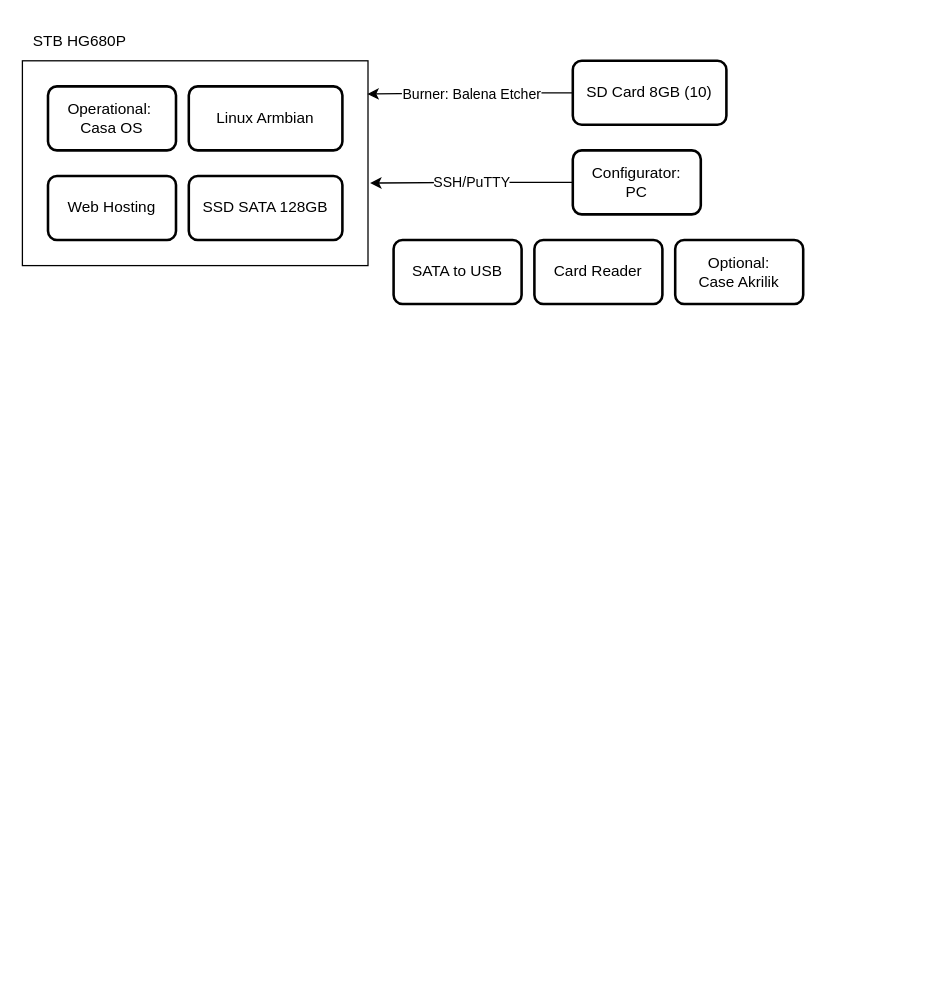
troders34/research keeps this draw.io diagram as page "Orange Pi" (5 of 5) of Chart on Search Query.drawio. Above is the earlier version. Source tidied: cells renumbered, new cells numbered last; positions are measured from the earlier drawing's top-left corner, leaving out a move shared by most shapes. Both pictures are drawn from the tidied source at 128%, with x=0, y=0 at pixel (22, 22).
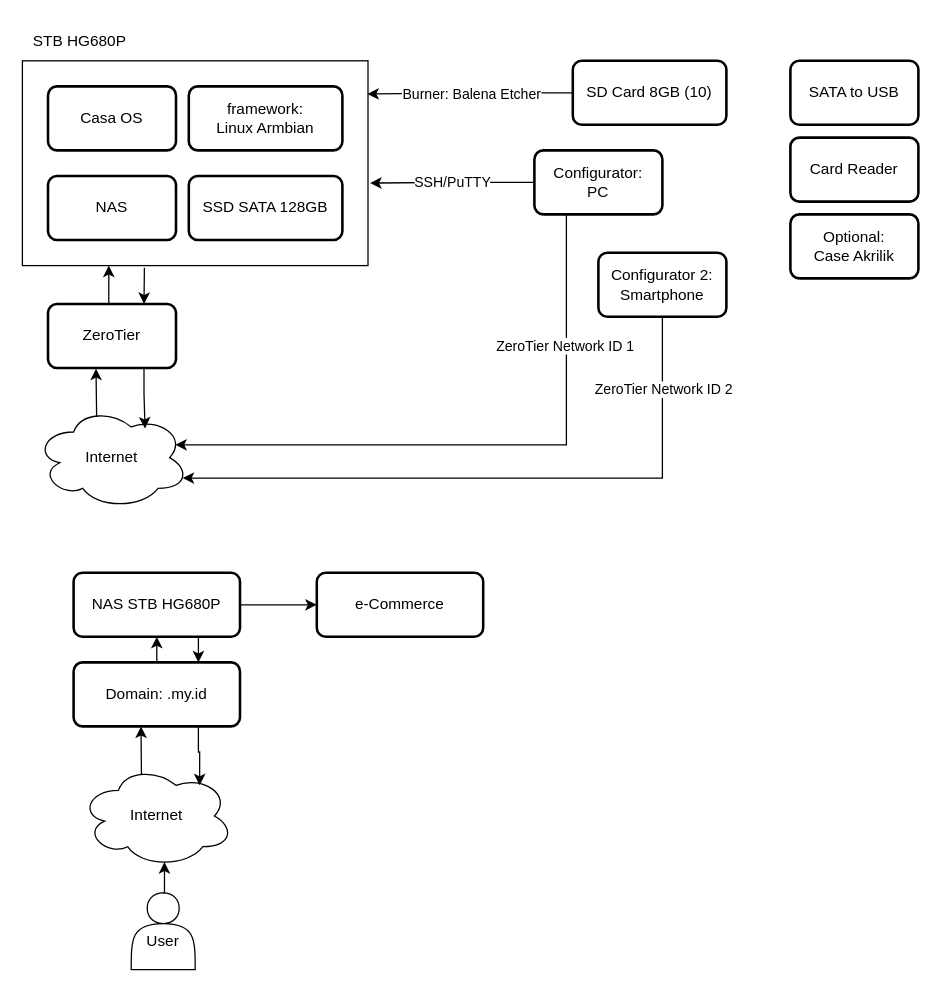
The same page after the edit.

Unchanged cells that the change refers to:
```xml
<mxCell id="2" style="rounded=0;whiteSpace=wrap;html=1;" parent="1" vertex="1">
  <mxGeometry y="30" width="270" height="160" as="geometry" />
</mxCell>
```

Diff of the diagram source:
```diff
@@
-    <mxCell id="3" value="&lt;div&gt;Operational:&amp;nbsp;&lt;/div&gt;Casa OS" style="rounded=1;whiteSpace=wrap;html=1;absoluteArcSize=1;arcSize=14;strokeWidth=2;align=center;" parent="1" vertex="1">
+    <mxCell id="3" value="&lt;div&gt;&lt;span style=&quot;background-color: transparent; color: light-dark(rgb(0, 0, 0), rgb(255, 255, 255));&quot;&gt;Casa OS&lt;/span&gt;&lt;/div&gt;" style="rounded=1;whiteSpace=wrap;html=1;absoluteArcSize=1;arcSize=14;strokeWidth=2;align=center;" parent="1" vertex="1">
       <mxGeometry x="20" y="50" width="100" height="50" as="geometry" />
     </mxCell>
@@
+    <mxCell id="16" style="edgeStyle=orthogonalEdgeStyle;rounded=0;jettySize=auto;html=1;exitX=0.5;exitY=0;exitDx=0;exitDy=0;entryX=0.25;entryY=1;entryDx=0;entryDy=0;" parent="1" edge="1" source="5" target="2">
+      <mxGeometry relative="1" as="geometry" />
+    </mxCell>
-    <mxCell id="5" value="Web Hosting" style="rounded=1;whiteSpace=wrap;html=1;absoluteArcSize=1;arcSize=14;strokeWidth=2;" parent="1" vertex="1">
-      <mxGeometry x="20" y="120" width="100" height="50" as="geometry" />
+    <mxCell id="5" value="ZeroTier" style="rounded=1;whiteSpace=wrap;html=1;absoluteArcSize=1;arcSize=14;strokeWidth=2;" parent="1" vertex="1">
+      <mxGeometry x="20" y="220" width="100" height="50" as="geometry" />
     </mxCell>
@@
     <mxCell id="7" value="Card Reader" style="rounded=1;whiteSpace=wrap;html=1;absoluteArcSize=1;arcSize=14;strokeWidth=2;" parent="1" vertex="1">
-      <mxGeometry x="400" y="170" width="100" height="50" as="geometry" />
+      <mxGeometry x="600" y="90" width="100" height="50" as="geometry" />
     </mxCell>
@@
     <mxCell id="9" value="SATA to USB" style="rounded=1;whiteSpace=wrap;html=1;absoluteArcSize=1;arcSize=14;strokeWidth=2;" parent="1" vertex="1">
-      <mxGeometry x="290" y="170" width="100" height="50" as="geometry" />
+      <mxGeometry x="600" y="30" width="100" height="50" as="geometry" />
     </mxCell>
     <mxCell id="10" value="Optional:&lt;br&gt;Case Akrilik" style="rounded=1;whiteSpace=wrap;html=1;absoluteArcSize=1;arcSize=14;strokeWidth=2;" parent="1" vertex="1">
-      <mxGeometry x="510" y="170" width="100" height="50" as="geometry" />
+      <mxGeometry x="600" y="150" width="100" height="50" as="geometry" />
     </mxCell>
@@
+    <mxCell id="17" style="edgeStyle=orthogonalEdgeStyle;rounded=0;jettySize=auto;html=1;exitX=0.25;exitY=1;exitDx=0;exitDy=0;entryX=0.912;entryY=0.375;entryDx=0;entryDy=0;entryPerimeter=0;" parent="1" edge="1" source="12" target="20">
+      <mxGeometry relative="1" as="geometry">
+        <Array as="points">
+          <mxPoint x="425" y="330" />
+        </Array>
+      </mxGeometry>
+    </mxCell>
+    <mxCell id="18" value="ZeroTier Network ID 1" style="edgeLabel;html=1;align=center;verticalAlign=middle;" parent="17" vertex="1">
+      <mxGeometry x="-0.58" y="-2" relative="1" as="geometry" />
+    </mxCell>
     <mxCell id="12" value="Configurator:&lt;div&gt;PC&lt;/div&gt;" style="rounded=1;whiteSpace=wrap;html=1;absoluteArcSize=1;arcSize=14;strokeWidth=2;" parent="1" vertex="1">
-      <mxGeometry x="430" y="100" width="100" height="50" as="geometry" />
+      <mxGeometry x="400" y="100" width="100" height="50" as="geometry" />
     </mxCell>
-    <mxCell id="13" value="Linux Armbian" style="rounded=1;whiteSpace=wrap;html=1;absoluteArcSize=1;arcSize=14;strokeWidth=2;" parent="1" vertex="1">
+    <mxCell id="13" value="framework:&lt;div&gt;Linux Armbian&lt;/div&gt;" style="rounded=1;whiteSpace=wrap;html=1;absoluteArcSize=1;arcSize=14;strokeWidth=2;" parent="1" vertex="1">
       <mxGeometry x="130" y="50" width="120" height="50" as="geometry" />
     </mxCell>
@@
+    <mxCell id="19" value="NAS" style="rounded=1;whiteSpace=wrap;html=1;absoluteArcSize=1;arcSize=14;strokeWidth=2;" parent="1" vertex="1">
+      <mxGeometry x="20" y="120" width="100" height="50" as="geometry" />
+    </mxCell>
+    <mxCell id="20" value="Internet" style="ellipse;shape=cloud;whiteSpace=wrap;html=1;" parent="1" vertex="1">
+      <mxGeometry x="10" y="300" width="120" height="80" as="geometry" />
+    </mxCell>
+    <mxCell id="21" style="edgeStyle=orthogonalEdgeStyle;rounded=0;jettySize=auto;html=1;exitX=0.4;exitY=0.1;exitDx=0;exitDy=0;exitPerimeter=0;entryX=0.375;entryY=1.01;entryDx=0;entryDy=0;entryPerimeter=0;" parent="1" edge="1" source="20" target="5">
+      <mxGeometry relative="1" as="geometry" />
+    </mxCell>
+    <mxCell id="22" style="edgeStyle=orthogonalEdgeStyle;rounded=0;jettySize=auto;html=1;exitX=0.75;exitY=0;exitDx=0;exitDy=0;entryX=0.353;entryY=1.011;entryDx=0;entryDy=0;entryPerimeter=0;startArrow=classic;startFill=1;endArrow=none;endFill=0;" parent="1" edge="1" source="5" target="2">
+      <mxGeometry relative="1" as="geometry" />
+    </mxCell>
+    <mxCell id="23" style="edgeStyle=orthogonalEdgeStyle;rounded=0;jettySize=auto;html=1;exitX=0.75;exitY=1;exitDx=0;exitDy=0;entryX=0.715;entryY=0.216;entryDx=0;entryDy=0;entryPerimeter=0;" parent="1" edge="1" source="5" target="20">
+      <mxGeometry relative="1" as="geometry" />
+    </mxCell>
+    <mxCell id="24" style="edgeStyle=orthogonalEdgeStyle;rounded=0;jettySize=auto;html=1;exitX=0.75;exitY=1;exitDx=0;exitDy=0;entryX=0.75;entryY=0;entryDx=0;entryDy=0;" parent="1" edge="1" source="26" target="28">
+      <mxGeometry relative="1" as="geometry" />
+    </mxCell>
+    <mxCell id="25" style="edgeStyle=orthogonalEdgeStyle;rounded=0;jettySize=auto;html=1;exitX=1;exitY=0.5;exitDx=0;exitDy=0;entryX=0;entryY=0.5;entryDx=0;entryDy=0;" parent="1" edge="1" source="26" target="34">
+      <mxGeometry relative="1" as="geometry" />
+    </mxCell>
+    <mxCell id="26" value="NAS STB HG680P" style="rounded=1;whiteSpace=wrap;html=1;absoluteArcSize=1;arcSize=14;strokeWidth=2;" parent="1" vertex="1">
+      <mxGeometry x="40" y="430" width="130" height="50" as="geometry" />
+    </mxCell>
+    <mxCell id="27" style="edgeStyle=orthogonalEdgeStyle;rounded=0;jettySize=auto;html=1;exitX=0.5;exitY=0;exitDx=0;exitDy=0;entryX=0.5;entryY=1;entryDx=0;entryDy=0;" parent="1" edge="1" source="28" target="26">
+      <mxGeometry relative="1" as="geometry" />
+    </mxCell>
+    <mxCell id="28" value="Domain: .my.id" style="rounded=1;whiteSpace=wrap;html=1;absoluteArcSize=1;arcSize=14;strokeWidth=2;" parent="1" vertex="1">
+      <mxGeometry x="40" y="500" width="130" height="50" as="geometry" />
+    </mxCell>
+    <mxCell id="29" value="Internet" style="ellipse;shape=cloud;whiteSpace=wrap;html=1;" parent="1" vertex="1">
+      <mxGeometry x="45" y="580" width="120" height="80" as="geometry" />
+    </mxCell>
+    <mxCell id="30" style="edgeStyle=orthogonalEdgeStyle;rounded=0;jettySize=auto;html=1;exitX=0.4;exitY=0.1;exitDx=0;exitDy=0;exitPerimeter=0;entryX=0.405;entryY=1.001;entryDx=0;entryDy=0;entryPerimeter=0;" parent="1" edge="1" source="29" target="28">
+      <mxGeometry relative="1" as="geometry" />
+    </mxCell>
+    <mxCell id="31" style="edgeStyle=orthogonalEdgeStyle;rounded=0;jettySize=auto;html=1;exitX=0.75;exitY=1;exitDx=0;exitDy=0;entryX=0.779;entryY=0.2;entryDx=0;entryDy=0;entryPerimeter=0;" parent="1" edge="1" source="28" target="29">
+      <mxGeometry relative="1" as="geometry" />
+    </mxCell>
+    <mxCell id="32" value="&lt;div&gt;&lt;br&gt;&lt;/div&gt;&lt;div&gt;User&lt;/div&gt;" style="shape=actor;whiteSpace=wrap;html=1;" parent="1" vertex="1">
+      <mxGeometry x="85" y="680" width="50" height="60" as="geometry" />
+    </mxCell>
+    <mxCell id="33" style="edgeStyle=orthogonalEdgeStyle;rounded=0;jettySize=auto;html=1;exitX=0.5;exitY=0;exitDx=0;exitDy=0;entryX=0.55;entryY=0.95;entryDx=0;entryDy=0;entryPerimeter=0;" parent="1" edge="1" source="32" target="29">
+      <mxGeometry relative="1" as="geometry" />
+    </mxCell>
+    <mxCell id="34" value="e-Commerce" style="rounded=1;whiteSpace=wrap;html=1;absoluteArcSize=1;arcSize=14;strokeWidth=2;" parent="1" vertex="1">
+      <mxGeometry x="230" y="430" width="130" height="50" as="geometry" />
+    </mxCell>
+    <mxCell id="35" value="Configurator 2: Smartphone" style="rounded=1;whiteSpace=wrap;html=1;absoluteArcSize=1;arcSize=14;strokeWidth=2;" parent="1" vertex="1">
+      <mxGeometry x="450" y="180" width="100" height="50" as="geometry" />
+    </mxCell>
+    <mxCell id="36" style="edgeStyle=orthogonalEdgeStyle;rounded=0;jettySize=auto;html=1;exitX=0.5;exitY=1;exitDx=0;exitDy=0;entryX=0.96;entryY=0.7;entryDx=0;entryDy=0;entryPerimeter=0;" parent="1" edge="1" source="35" target="20">
+      <mxGeometry relative="1" as="geometry">
+        <Array as="points">
+          <mxPoint x="500" y="356" />
+        </Array>
+      </mxGeometry>
+    </mxCell>
+    <mxCell id="37" value="ZeroTier Network ID 2" style="edgeLabel;html=1;align=center;verticalAlign=middle;" parent="36" vertex="1">
+      <mxGeometry x="-0.78" relative="1" as="geometry">
+        <mxPoint y="1" as="offset" />
+      </mxGeometry>
+    </mxCell>
```
